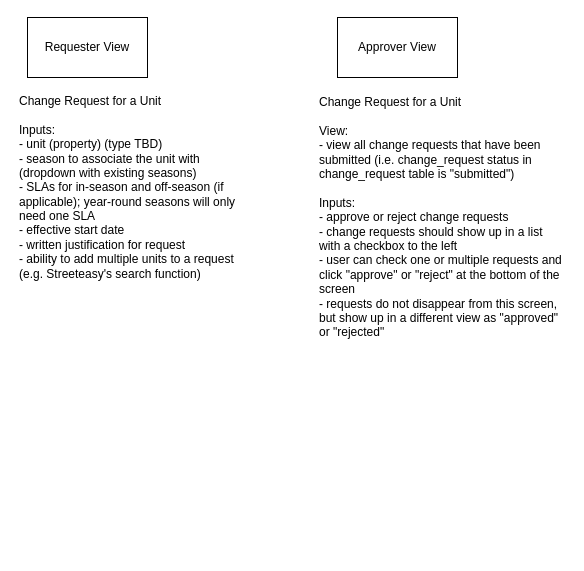
Earlier version of the draw.io diagram images/SLADB_UI_Mockup.drawio (NYC-Parks/SLADB). Source tidied: cells renumbered, new cells numbered last; positions are measured from the earlier drawing's top-left corner, leaving out a move shared by most shapes. Both pictures are drawn from the tidied source at 100%, with x=0, y=0 at pixel (17, 17).
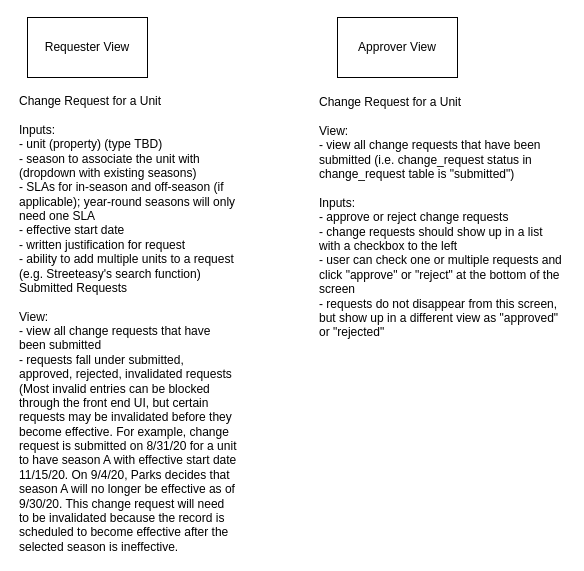
After the change.

Change to the diagram source:
```diff
@@
 <mxGraphModel>
   <root>
     <mxCell id="0" />
     <mxCell id="1" parent="0" />
     <mxCell id="2" value="Requester View" style="rounded=0;whiteSpace=wrap;html=1;" parent="1" vertex="1">
       <mxGeometry x="10" width="120" height="60" as="geometry" />
     </mxCell>
     <mxCell id="3" value="Approver View" style="rounded=0;whiteSpace=wrap;html=1;" parent="1" vertex="1">
       <mxGeometry x="320" width="120" height="60" as="geometry" />
     </mxCell>
     <mxCell id="4" value="Change Request for a Unit&lt;br&gt;&lt;br&gt;Inputs:&lt;br&gt;- unit (property) (type TBD)&lt;br&gt;- season to associate the unit with (dropdown with existing seasons)&lt;br&gt;- SLAs for in-season and off-season (if applicable); year-round seasons will only need one SLA&lt;br&gt;- effective start date&lt;br&gt;- written justification for request&lt;br&gt;- ability to add multiple units to a request (e.g. Streeteasy's search function)" style="text;html=1;strokeColor=none;fillColor=none;align=left;verticalAlign=middle;whiteSpace=wrap;rounded=0;" parent="1" vertex="1">
       <mxGeometry y="90" width="230" height="160" as="geometry" />
     </mxCell>
     <mxCell id="5" value="Change Request for a Unit&lt;br&gt;&lt;br&gt;View:&lt;br&gt;- view all change requests that have been submitted (i.e. change_request status in change_request table is &quot;submitted&quot;)&lt;br&gt;&lt;br&gt;Inputs:&lt;br&gt;- approve or reject change requests&lt;br&gt;- change requests should show up in a list with a checkbox to the left&lt;br&gt;- user can check one or multiple requests and click &quot;approve&quot; or &quot;reject&quot; at the bottom of the screen&lt;br&gt;- requests do not disappear from this screen, but show up in a different view as &quot;approved&quot; or &quot;rejected&quot;" style="text;html=1;strokeColor=none;fillColor=none;align=left;verticalAlign=middle;whiteSpace=wrap;rounded=0;" parent="1" vertex="1">
       <mxGeometry x="300" y="80" width="250" height="240" as="geometry" />
     </mxCell>
+    <mxCell id="6" value="Submitted Requests&lt;br&gt;&lt;br&gt;View:&lt;br&gt;- view all change requests that have been submitted&lt;br&gt;- requests fall under submitted, approved, rejected, invalidated requests (Most invalid entries can be blocked through the front end UI, but certain requests may be invalidated before they become effective. For example, change request is submitted on 8/31/20 for a unit to have season A with effective start date 11/15/20. On 9/4/20, Parks decides that season A will no longer be effective as of 9/30/20. This change request will need to be invalidated because the record is scheduled to become effective after the selected season is ineffective.&amp;nbsp;&lt;br&gt;" style="text;html=1;strokeColor=none;fillColor=none;align=left;verticalAlign=middle;whiteSpace=wrap;rounded=0;" parent="1" vertex="1">
+      <mxGeometry y="290" width="220" height="220" as="geometry" />
+    </mxCell>
   </root>
 </mxGraphModel>
```
